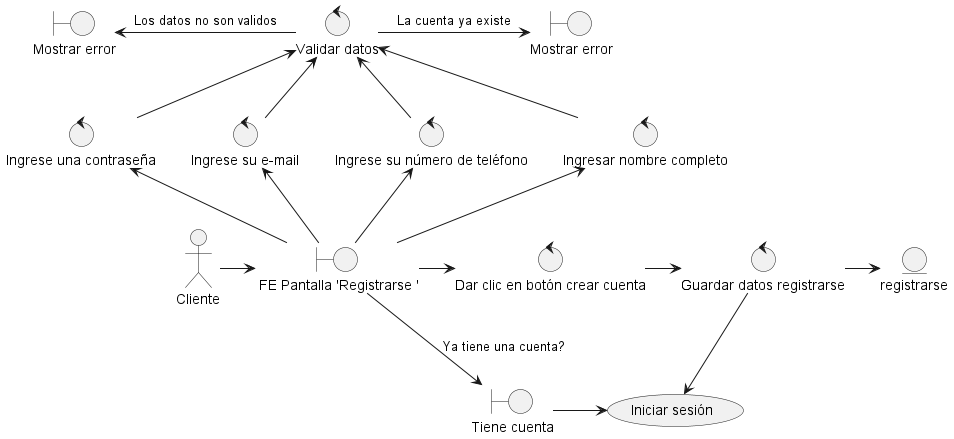
SofiGarcia09/um-2024-ds-comprodigios keeps this PlantUML diagram as Diagrama Robustez/registrarse.png. Above is the earlier version. The source it was exported from:
```plantuml
@startuml

actor Cliente as cliente
boundary " FE Pantalla 'Registrarse '" as feRegistrarse
cliente -> feRegistrarse

control "Ingresar nombre completo" as ingresarNombreCompleto
feRegistrarse -up-> ingresarNombreCompleto
control "Ingrese su número de teléfono" as ingreseTelefono
feRegistrarse -up-> ingreseTelefono
control "Ingrese su e-mail" as ingresarEmail
feRegistrarse -up-> ingresarEmail
control "Ingrese una contraseña" as ingresarContraseña
feRegistrarse -up-> ingresarContraseña

control "Validar datos" as validarDatos
ingresarNombreCompleto -up-> validarDatos
ingreseTelefono -up-> validarDatos
ingresarEmail -up-> validarDatos
ingresarContraseña -up-> validarDatos

boundary "Mostrar error" as error
validarDatos -left-> error: Los datos no son validos

boundary "Mostrar error" as mostrarError
validarDatos -> mostrarError: La cuenta ya existe

control "Dar clic en botón crear cuenta" as crearCuenta
feRegistrarse -> crearCuenta

control "Guardar datos registrarse" as datosRegistrarse
crearCuenta -> datosRegistrarse
entity registrarse as registro
datosRegistrarse -> registro
usecase "Iniciar sesión" as iniciarSesion
datosRegistrarse -down-> iniciarSesion

boundary "Tiene cuenta" as tieneCuenta
feRegistrarse-down->tieneCuenta: Ya tiene una cuenta?
tieneCuenta -> iniciarSesion

@enduml
```
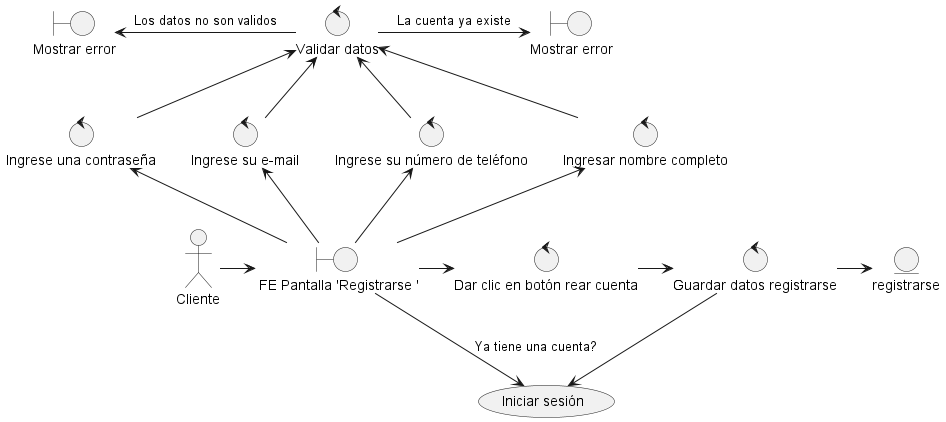
Above is the later version.

Commit message:
diagrama robustez

Diff of the diagram source:
```diff
@@ -25,7 +25,7 @@
 boundary "Mostrar error" as mostrarError
 validarDatos -> mostrarError: La cuenta ya existe
 
-control "Dar clic en botón crear cuenta" as crearCuenta
+control "Dar clic en botón rear cuenta" as crearCuenta
 feRegistrarse -> crearCuenta
 
 control "Guardar datos registrarse" as datosRegistrarse
@@ -35,8 +35,6 @@
 usecase "Iniciar sesión" as iniciarSesion
 datosRegistrarse -down-> iniciarSesion
 
-boundary "Tiene cuenta" as tieneCuenta
-feRegistrarse-down->tieneCuenta: Ya tiene una cuenta?
-tieneCuenta -> iniciarSesion
+feRegistrarse-down->iniciarSesion: Ya tiene una cuenta?
 
 @enduml
```
